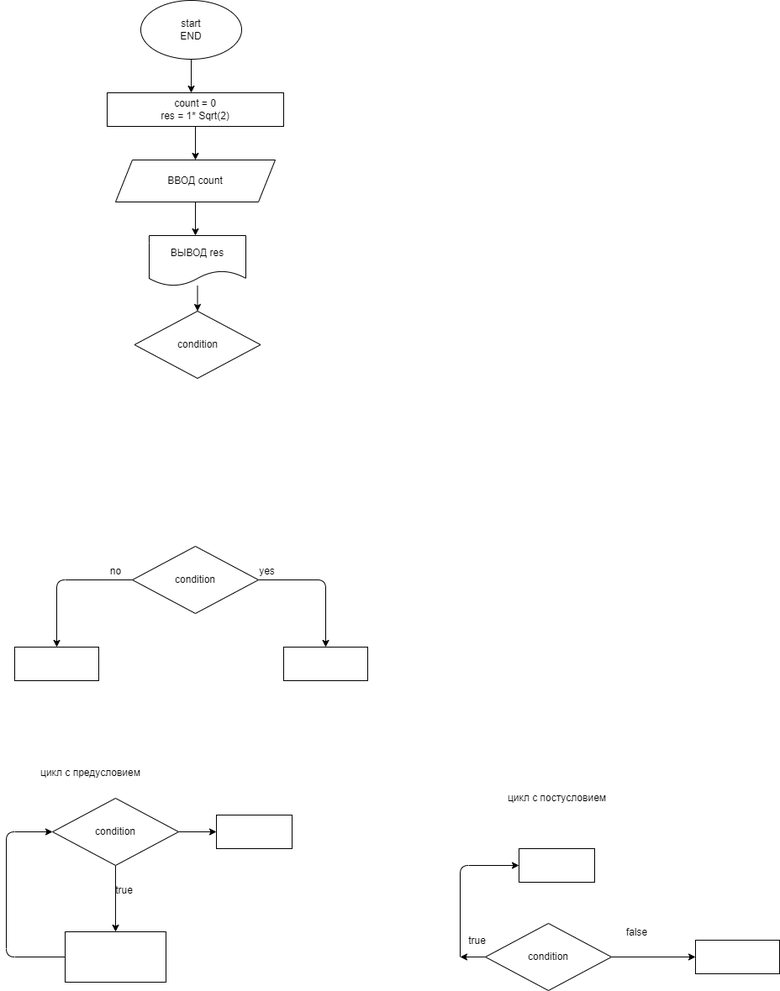
LeisanR/practice-16.07 keeps this draw.io diagram as ex000.drawio.png. Above is the earlier version. Source tidied: cells renumbered, new cells last; positions are measured from the earlier drawing's top-left corner, leaving out a move shared by most shapes.
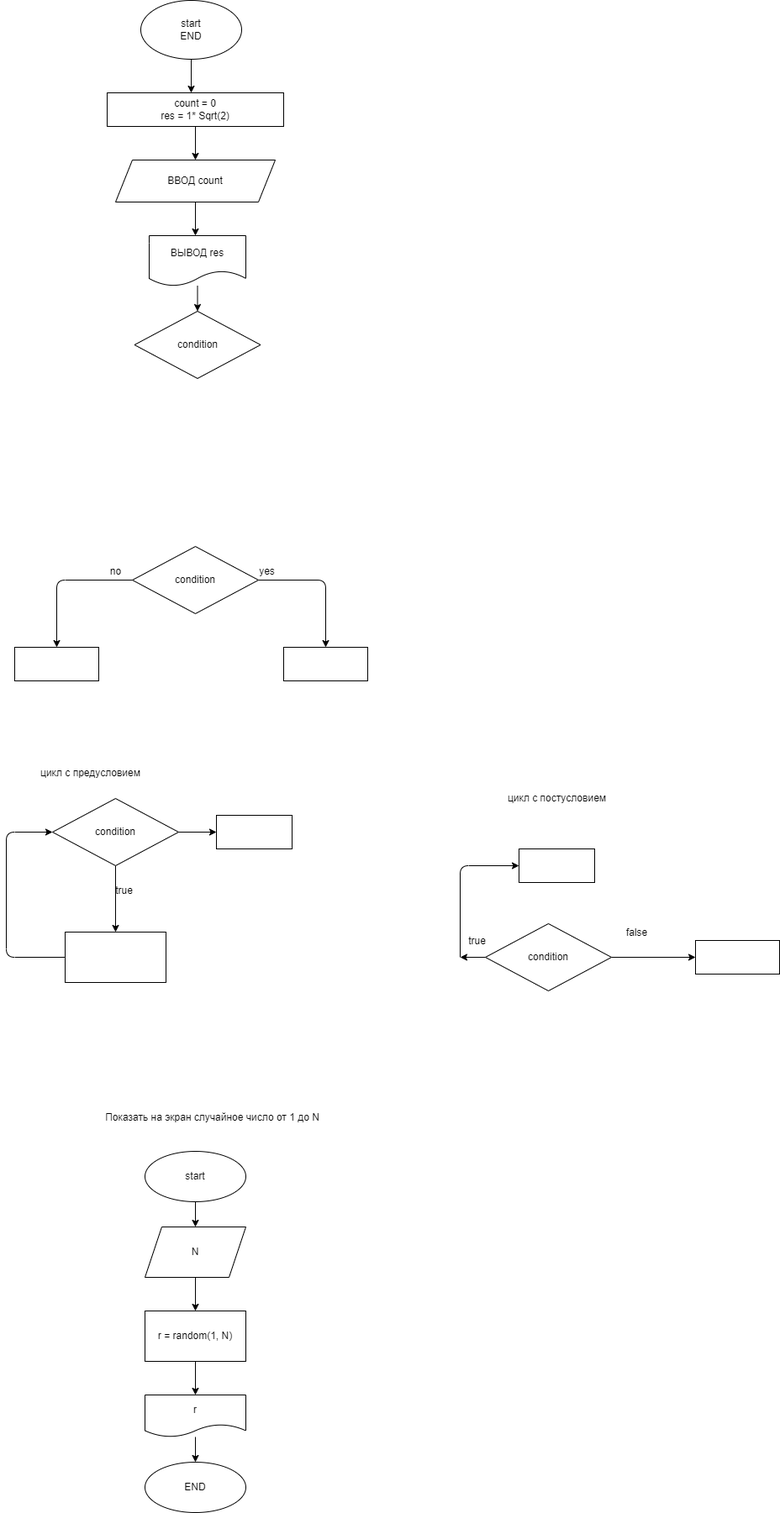
After the change.

What changed in the source:
```diff
@@ -127,5 +127,35 @@
     <mxCell id="34" value="true" style="text;html=1;align=center;verticalAlign=middle;strokeColor=none;fillColor=none;" parent="1" vertex="1">
       <mxGeometry x="540" y="1110" width="40" height="20" as="geometry" />
     </mxCell>
+    <mxCell id="35" style="edgeStyle=none;html=1;" parent="1" edge="1" source="36" target="40">
+      <mxGeometry relative="1" as="geometry" />
+    </mxCell>
+    <mxCell id="36" value="start" style="ellipse;whiteSpace=wrap;html=1;" parent="1" vertex="1">
+      <mxGeometry x="165" y="1370" width="120" height="60" as="geometry" />
+    </mxCell>
+    <mxCell id="37" style="edgeStyle=none;html=1;exitX=0.5;exitY=1;exitDx=0;exitDy=0;entryX=0.5;entryY=0;entryDx=0;entryDy=0;" parent="1" edge="1" source="38" target="42">
+      <mxGeometry relative="1" as="geometry" />
+    </mxCell>
+    <mxCell id="38" value="r = random(1, N)" style="whiteSpace=wrap;html=1;" parent="1" vertex="1">
+      <mxGeometry x="165" y="1560" width="120" height="60" as="geometry" />
+    </mxCell>
+    <mxCell id="39" style="edgeStyle=none;html=1;exitX=0.5;exitY=1;exitDx=0;exitDy=0;" parent="1" edge="1" source="40" target="38">
+      <mxGeometry relative="1" as="geometry" />
+    </mxCell>
+    <mxCell id="40" value="N" style="shape=parallelogram;perimeter=parallelogramPerimeter;whiteSpace=wrap;html=1;fixedSize=1;" parent="1" vertex="1">
+      <mxGeometry x="165" y="1460" width="120" height="60" as="geometry" />
+    </mxCell>
+    <mxCell id="41" style="edgeStyle=none;html=1;entryX=0.5;entryY=0;entryDx=0;entryDy=0;" parent="1" edge="1" source="42" target="43">
+      <mxGeometry relative="1" as="geometry" />
+    </mxCell>
+    <mxCell id="42" value="r" style="shape=document;whiteSpace=wrap;html=1;boundedLbl=1;" parent="1" vertex="1">
+      <mxGeometry x="165" y="1660" width="120" height="50" as="geometry" />
+    </mxCell>
+    <mxCell id="43" value="END" style="ellipse;whiteSpace=wrap;html=1;" parent="1" vertex="1">
+      <mxGeometry x="165" y="1740" width="120" height="60" as="geometry" />
+    </mxCell>
+    <mxCell id="44" value="Показать на экран случайное число от 1 до N" style="text;html=1;align=center;verticalAlign=middle;strokeColor=none;fillColor=none;" parent="1" vertex="1">
+      <mxGeometry x="110" y="1320" width="270" height="20" as="geometry" />
+    </mxCell>
   </root>
 </mxGraphModel>
```
